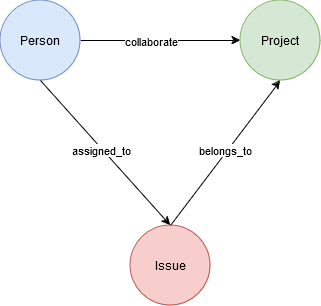
Above: Thesis/Illustrations/graph_diagram.png in D4rkm4n215/Bachelorthesis (draw.io), before the change. Source tidied: cells renumbered, new cells last; positions are measured from the earlier drawing's top-left corner, leaving out a move shared by most shapes. The source it was exported from:
```xml
<mxGraphModel>
  <root>
    <mxCell id="0" />
    <mxCell id="1" parent="0" />
    <mxCell id="2" style="edgeStyle=orthogonalEdgeStyle;rounded=0;jettySize=auto;html=1;exitX=1;exitY=0.5;exitDx=0;exitDy=0;entryX=0;entryY=0.5;entryDx=0;entryDy=0;" parent="1" edge="1" source="4" target="5">
      <mxGeometry relative="1" as="geometry" />
    </mxCell>
    <mxCell id="3" value="collaborate" style="edgeLabel;html=1;align=center;verticalAlign=middle;" parent="2" vertex="1">
      <mxGeometry x="0.28" y="-3" relative="1" as="geometry">
        <mxPoint x="-32" y="-3" as="offset" />
      </mxGeometry>
    </mxCell>
    <mxCell id="4" value="Person" style="ellipse;whiteSpace=wrap;html=1;fillColor=#dae8fc;strokeColor=#6c8ebf;" parent="1" vertex="1">
      <mxGeometry width="80" height="80" as="geometry" />
    </mxCell>
    <mxCell id="5" value="Project" style="ellipse;whiteSpace=wrap;html=1;fillColor=#d5e8d4;strokeColor=#82b366;" parent="1" vertex="1">
      <mxGeometry x="240" width="80" height="80" as="geometry" />
    </mxCell>
    <mxCell id="6" value="Issue" style="ellipse;whiteSpace=wrap;html=1;fillColor=#f8cecc;strokeColor=#b85450;" parent="1" vertex="1">
      <mxGeometry x="130" y="225" width="80" height="80" as="geometry" />
    </mxCell>
    <mxCell id="7" style="endArrow=classic;html=1;rounded=0;exitX=0.5;exitY=1;exitDx=0;exitDy=0;entryX=0.5;entryY=0;entryDx=0;entryDy=0;" parent="1" edge="1" source="4" target="6">
      <mxGeometry relative="1" as="geometry" />
    </mxCell>
    <mxCell id="8" value="assigned_to" style="edgeLabel;html=1;align=center;verticalAlign=middle;" parent="7" vertex="1">
      <mxGeometry x="0.26" relative="1" as="geometry">
        <mxPoint x="-21" y="-21" as="offset" />
      </mxGeometry>
    </mxCell>
    <mxCell id="9" style="endArrow=classic;html=1;rounded=0;exitX=0.5;exitY=0;exitDx=0;exitDy=0;entryX=0.5;entryY=1;entryDx=0;entryDy=0;" parent="1" edge="1" source="6" target="5">
      <mxGeometry relative="1" as="geometry" />
    </mxCell>
    <mxCell id="10" value="belongs_to" style="edgeLabel;html=1;align=center;verticalAlign=middle;" parent="9" vertex="1">
      <mxGeometry x="0.02" y="2" relative="1" as="geometry" />
    </mxCell>
  </root>
</mxGraphModel>
```
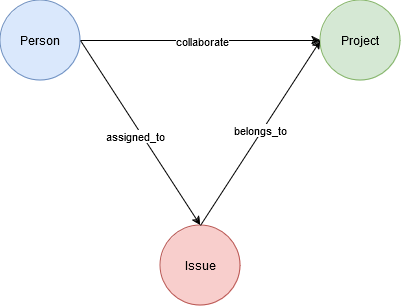
Later version of the same file.

The edit, as a diff of the source:
```diff
@@ -11,15 +11,15 @@
       </mxGeometry>
     </mxCell>
     <mxCell id="4" value="Person" style="ellipse;whiteSpace=wrap;html=1;fillColor=#dae8fc;strokeColor=#6c8ebf;" parent="1" vertex="1">
-      <mxGeometry width="80" height="80" as="geometry" />
+      <mxGeometry x="-30" width="80" height="80" as="geometry" />
     </mxCell>
     <mxCell id="5" value="Project" style="ellipse;whiteSpace=wrap;html=1;fillColor=#d5e8d4;strokeColor=#82b366;" parent="1" vertex="1">
-      <mxGeometry x="240" width="80" height="80" as="geometry" />
+      <mxGeometry x="290" width="80" height="80" as="geometry" />
     </mxCell>
     <mxCell id="6" value="Issue" style="ellipse;whiteSpace=wrap;html=1;fillColor=#f8cecc;strokeColor=#b85450;" parent="1" vertex="1">
       <mxGeometry x="130" y="225" width="80" height="80" as="geometry" />
     </mxCell>
-    <mxCell id="7" style="endArrow=classic;html=1;rounded=0;exitX=0.5;exitY=1;exitDx=0;exitDy=0;entryX=0.5;entryY=0;entryDx=0;entryDy=0;" parent="1" edge="1" source="4" target="6">
+    <mxCell id="7" style="endArrow=classic;html=1;rounded=0;exitX=1;exitY=0.5;exitDx=0;exitDy=0;entryX=0.5;entryY=0;entryDx=0;entryDy=0;" parent="1" edge="1" source="4" target="6">
       <mxGeometry relative="1" as="geometry" />
     </mxCell>
     <mxCell id="8" value="assigned_to" style="edgeLabel;html=1;align=center;verticalAlign=middle;" parent="7" vertex="1">
@@ -27,7 +27,7 @@
         <mxPoint x="-21" y="-21" as="offset" />
       </mxGeometry>
     </mxCell>
-    <mxCell id="9" style="endArrow=classic;html=1;rounded=0;exitX=0.5;exitY=0;exitDx=0;exitDy=0;entryX=0.5;entryY=1;entryDx=0;entryDy=0;" parent="1" edge="1" source="6" target="5">
+    <mxCell id="9" style="endArrow=classic;html=1;rounded=0;exitX=0.5;exitY=0;exitDx=0;exitDy=0;entryX=0;entryY=0.5;entryDx=0;entryDy=0;" parent="1" edge="1" source="6" target="5">
       <mxGeometry relative="1" as="geometry" />
     </mxCell>
     <mxCell id="10" value="belongs_to" style="edgeLabel;html=1;align=center;verticalAlign=middle;" parent="9" vertex="1">
```
